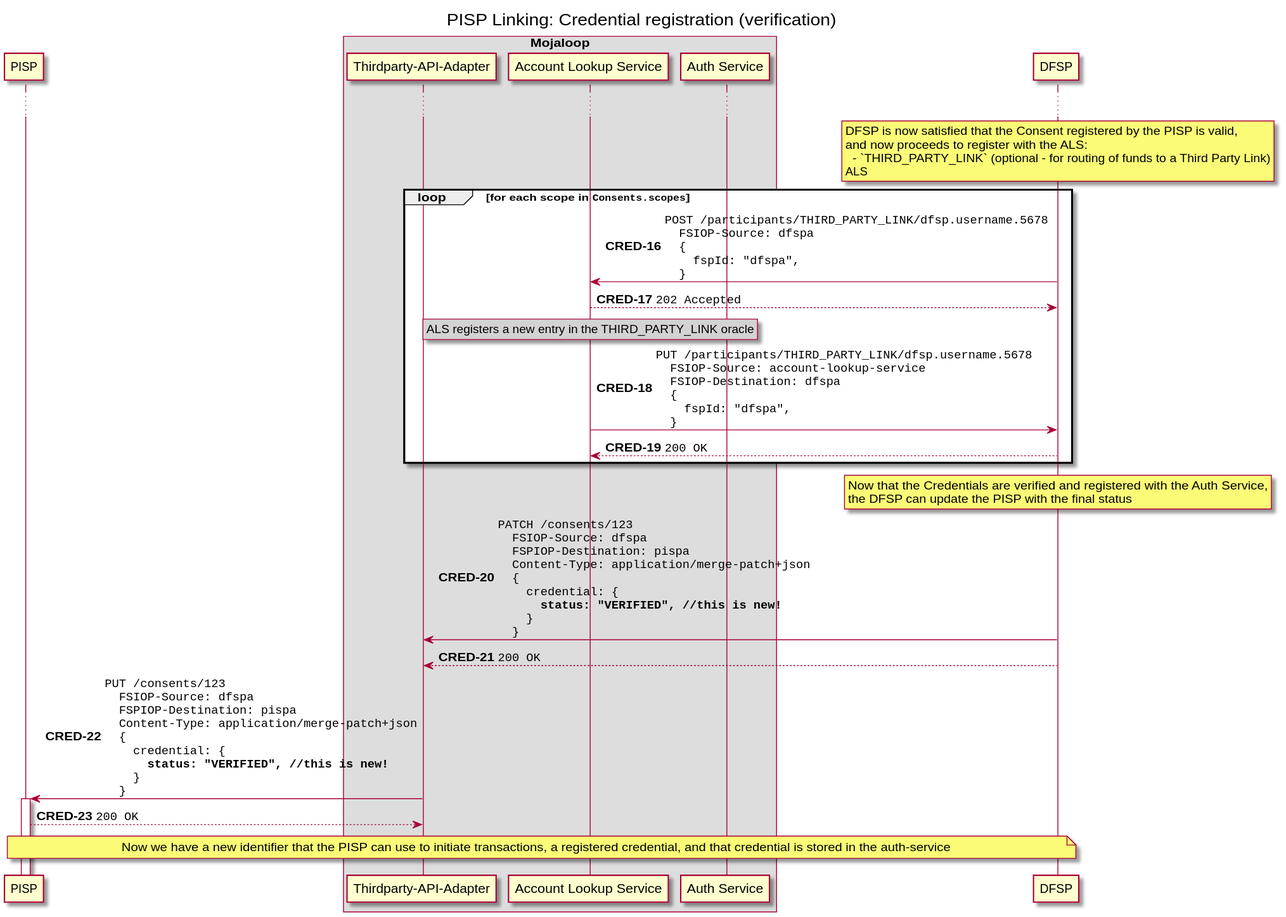
Before: docs/out/linking/5b-finalize_consent.svg, a diagram exported from PlantUML (mojaloop/pisp-project). Its source is kept beside it as docs/linking/5b-finalize_consent.puml.
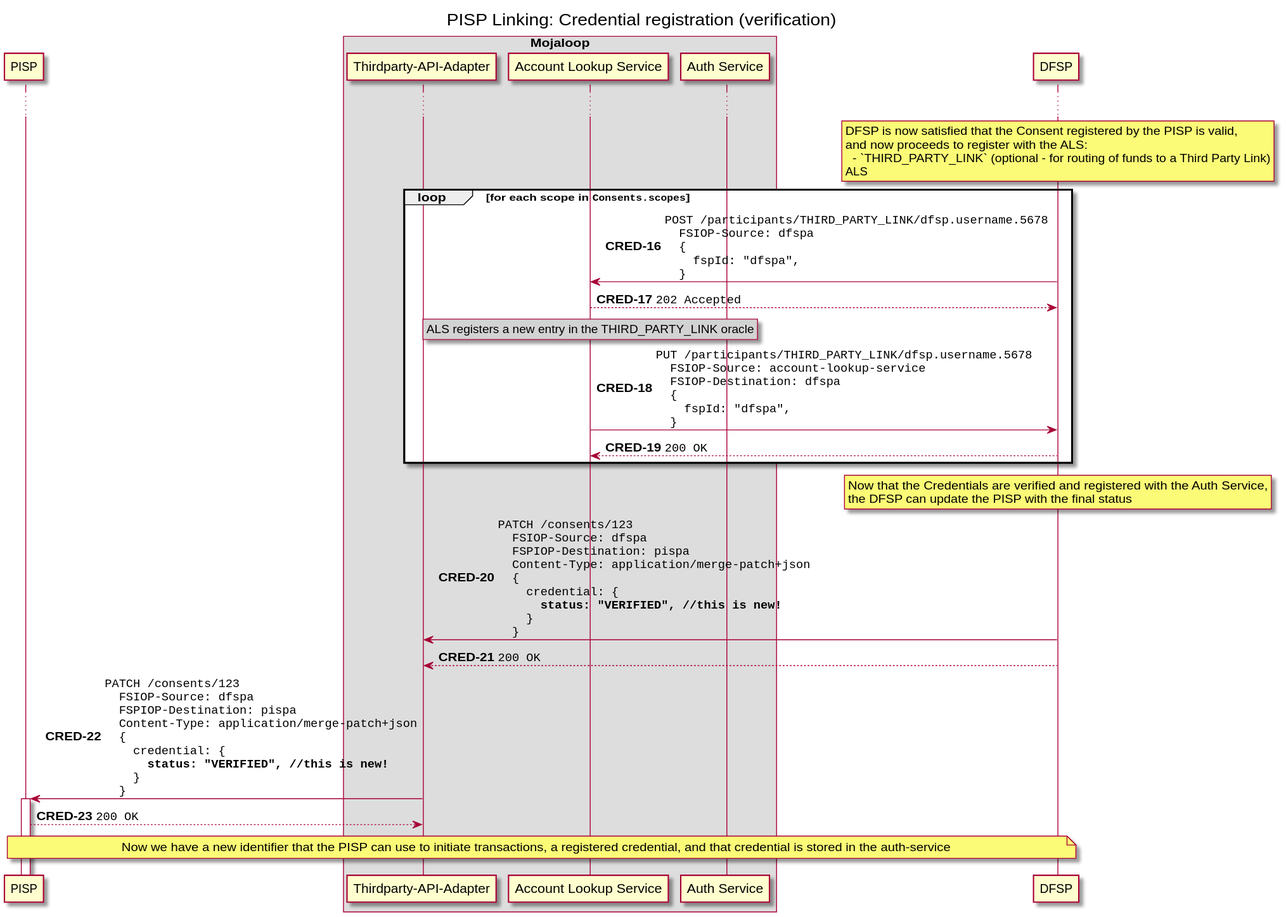
After the change.

Diff of the diagram source:
```diff
@@ -65,7 +65,7 @@
 ""  }""
 DFSP --> Switch: ""200 OK""
 
-Switch -> PISP ++: ""PUT /consents/123""\n\
+Switch -> PISP ++: ""PATCH /consents/123""\n\
 ""  FSIOP-Source: dfspa""\n\
 ""  FSPIOP-Destination: pispa""\n\
 ""  Content-Type: application/merge-patch+json""\n\
```
